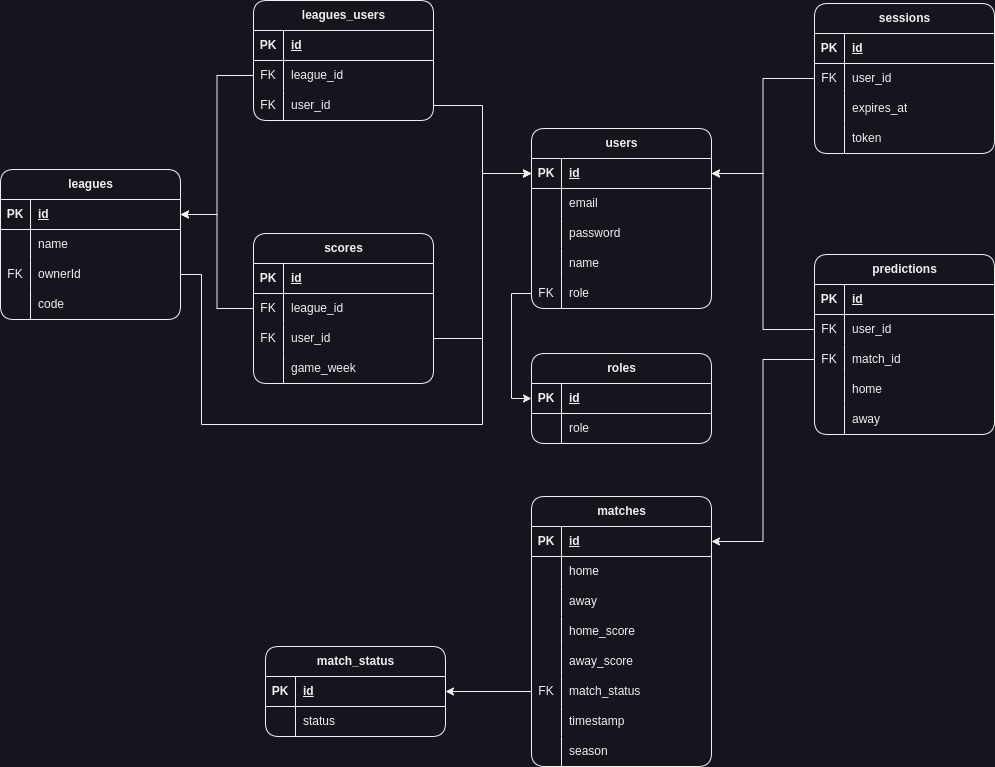
Above: images/FotLeague.drawio.png in MahmoudHamdy02/FotLeague (draw.io), before the change. Source tidied: cells renumbered, new cells last; positions are measured from the earlier drawing's top-left corner, leaving out a move shared by most shapes.
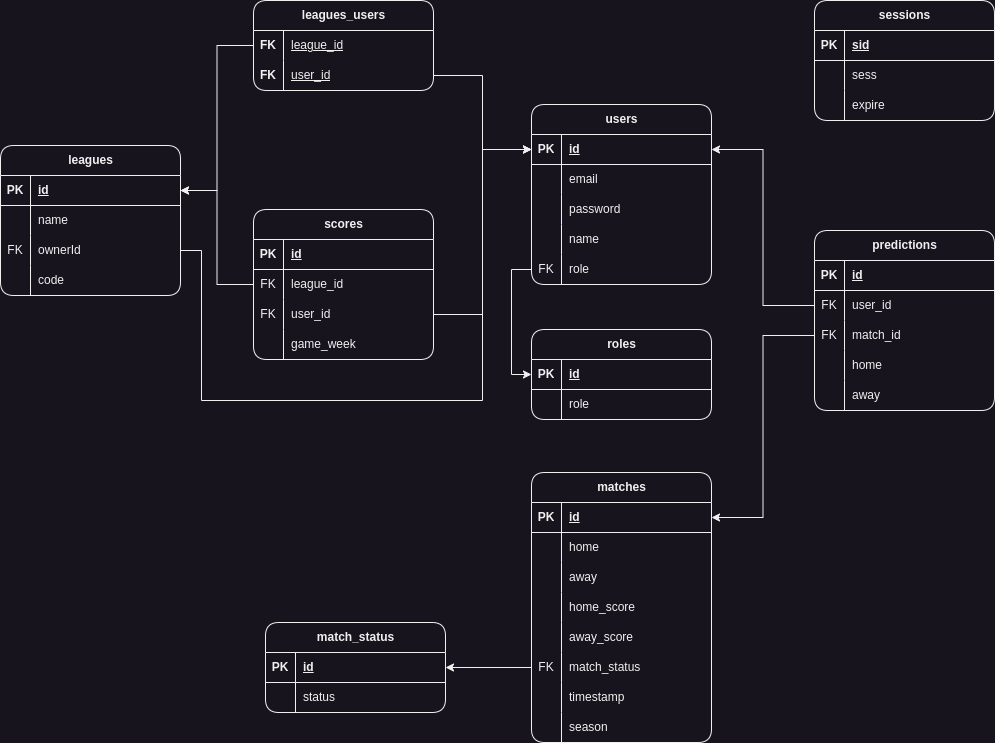
The same diagram one commit later.

What changed in the source:
```diff
@@ -219,33 +219,24 @@
       <mxGeometry x="30" width="150" height="30" as="geometry" />
     </mxCell>
     <mxCell id="74" value="leagues_users" style="shape=table;startSize=30;rowLines=0;fontStyle=1;align=center;html=1;rounded=1;shadow=0;swimlaneFillColor=none;gradientColor=none;" parent="1" vertex="1">
-      <mxGeometry x="253" width="180" height="120" as="geometry" />
+      <mxGeometry x="253" y="24" width="180" height="90" as="geometry" />
     </mxCell>
-    <mxCell id="75" style="shape=tableRow;horizontal=0;startSize=0;swimlaneHead=0;swimlaneBody=0;fillColor=none;top=0;left=0;right=0;bottom=1;" parent="74" vertex="1">
-      <mxGeometry y="30" width="180" height="30" as="geometry" />
-    </mxCell>
-    <mxCell id="76" value="PK" style="shape=partialRectangle;fillColor=none;top=0;left=0;bottom=0;right=0;fontStyle=1;overflow=hidden;whiteSpace=wrap;html=1;" parent="75" vertex="1">
-      <mxGeometry width="30" height="30" as="geometry" />
-    </mxCell>
-    <mxCell id="77" value="id" style="shape=partialRectangle;fillColor=none;top=0;left=0;bottom=0;right=0;align=left;spacingLeft=6;fontStyle=5;overflow=hidden;whiteSpace=wrap;html=1;" parent="75" vertex="1">
-      <mxGeometry x="30" width="150" height="30" as="geometry" />
-    </mxCell>
     <mxCell id="78" style="shape=tableRow;horizontal=0;startSize=0;swimlaneHead=0;swimlaneBody=0;fillColor=none;points=[[0,0.5],[1,0.5]];portConstraint=eastwest;top=0;left=0;right=0;bottom=0;" parent="74" vertex="1">
-      <mxGeometry y="60" width="180" height="30" as="geometry" />
+      <mxGeometry y="30" width="180" height="30" as="geometry" />
     </mxCell>
-    <mxCell id="79" value="FK" style="shape=partialRectangle;fillColor=none;top=0;left=0;bottom=0;right=0;overflow=hidden;whiteSpace=wrap;html=1;" parent="78" vertex="1">
+    <mxCell id="79" value="&lt;div&gt;&lt;span style=&quot;background-color: initial;&quot;&gt;&lt;b&gt;FK&lt;/b&gt;&lt;/span&gt;&lt;br&gt;&lt;/div&gt;" style="shape=partialRectangle;fillColor=none;top=0;left=0;bottom=0;right=0;overflow=hidden;whiteSpace=wrap;html=1;" parent="78" vertex="1">
       <mxGeometry width="30" height="30" as="geometry" />
     </mxCell>
-    <mxCell id="80" value="league_id" style="shape=partialRectangle;fillColor=none;top=0;left=0;bottom=0;right=0;align=left;spacingLeft=6;overflow=hidden;whiteSpace=wrap;html=1;" parent="78" vertex="1">
+    <mxCell id="80" value="&lt;u&gt;league_id&lt;/u&gt;" style="shape=partialRectangle;fillColor=none;top=0;left=0;bottom=0;right=0;align=left;spacingLeft=6;overflow=hidden;whiteSpace=wrap;html=1;" parent="78" vertex="1">
       <mxGeometry x="30" width="150" height="30" as="geometry" />
     </mxCell>
     <mxCell id="81" style="shape=tableRow;horizontal=0;startSize=0;swimlaneHead=0;swimlaneBody=0;fillColor=none;points=[[0,0.5],[1,0.5]];portConstraint=eastwest;top=0;left=0;right=0;bottom=0;" parent="74" vertex="1">
-      <mxGeometry y="90" width="180" height="30" as="geometry" />
+      <mxGeometry y="60" width="180" height="30" as="geometry" />
     </mxCell>
-    <mxCell id="82" value="FK" style="shape=partialRectangle;fillColor=none;top=0;left=0;bottom=0;right=0;overflow=hidden;whiteSpace=wrap;html=1;" parent="81" vertex="1">
+    <mxCell id="82" value="&lt;b&gt;FK&lt;/b&gt;" style="shape=partialRectangle;fillColor=none;top=0;left=0;bottom=0;right=0;overflow=hidden;whiteSpace=wrap;html=1;" parent="81" vertex="1">
       <mxGeometry width="30" height="30" as="geometry" />
     </mxCell>
-    <mxCell id="83" value="user_id" style="shape=partialRectangle;fillColor=none;top=0;left=0;bottom=0;right=0;align=left;spacingLeft=6;overflow=hidden;whiteSpace=wrap;html=1;" parent="81" vertex="1">
+    <mxCell id="83" value="&lt;u&gt;user_id&lt;/u&gt;" style="shape=partialRectangle;fillColor=none;top=0;left=0;bottom=0;right=0;align=left;spacingLeft=6;overflow=hidden;whiteSpace=wrap;html=1;" parent="81" vertex="1">
       <mxGeometry x="30" width="150" height="30" as="geometry" />
     </mxCell>
     <mxCell id="84" style="edgeStyle=orthogonalEdgeStyle;rounded=0;jettySize=auto;html=1;exitX=0;exitY=0.5;exitDx=0;exitDy=0;entryX=1;entryY=0.5;entryDx=0;entryDy=0;" parent="1" edge="1" source="78" target="62">
@@ -318,7 +309,7 @@
       <mxGeometry relative="1" as="geometry" />
     </mxCell>
     <mxCell id="107" value="sessions" style="shape=table;startSize=30;rowLines=0;fontStyle=1;align=center;html=1;rounded=1;shadow=0;swimlaneFillColor=none;gradientColor=none;" parent="1" vertex="1">
-      <mxGeometry x="814" y="3" width="180" height="150" as="geometry" />
+      <mxGeometry x="814" y="24" width="180" height="120" as="geometry" />
     </mxCell>
     <mxCell id="108" style="shape=tableRow;horizontal=0;startSize=0;swimlaneHead=0;swimlaneBody=0;fillColor=none;top=0;left=0;right=0;bottom=1;" parent="107" vertex="1">
       <mxGeometry y="30" width="180" height="30" as="geometry" />
@@ -326,39 +317,27 @@
     <mxCell id="109" value="PK" style="shape=partialRectangle;fillColor=none;top=0;left=0;bottom=0;right=0;fontStyle=1;overflow=hidden;whiteSpace=wrap;html=1;" parent="108" vertex="1">
       <mxGeometry width="30" height="30" as="geometry" />
     </mxCell>
-    <mxCell id="110" value="id" style="shape=partialRectangle;fillColor=none;top=0;left=0;bottom=0;right=0;align=left;spacingLeft=6;fontStyle=5;overflow=hidden;whiteSpace=wrap;html=1;" parent="108" vertex="1">
+    <mxCell id="110" value="sid" style="shape=partialRectangle;fillColor=none;top=0;left=0;bottom=0;right=0;align=left;spacingLeft=6;fontStyle=5;overflow=hidden;whiteSpace=wrap;html=1;" parent="108" vertex="1">
       <mxGeometry x="30" width="150" height="30" as="geometry" />
     </mxCell>
-    <mxCell id="111" style="shape=tableRow;horizontal=0;startSize=0;swimlaneHead=0;swimlaneBody=0;fillColor=none;points=[[0,0.5],[1,0.5]];portConstraint=eastwest;top=0;left=0;right=0;bottom=0;" parent="107" vertex="1">
-      <mxGeometry y="60" width="180" height="30" as="geometry" />
-    </mxCell>
-    <mxCell id="112" value="FK" style="shape=partialRectangle;fillColor=none;top=0;left=0;bottom=0;right=0;overflow=hidden;whiteSpace=wrap;html=1;" parent="111" vertex="1">
-      <mxGeometry width="30" height="30" as="geometry" />
-    </mxCell>
-    <mxCell id="113" value="&lt;div&gt;user_id&lt;/div&gt;" style="shape=partialRectangle;fillColor=none;top=0;left=0;bottom=0;right=0;align=left;spacingLeft=6;overflow=hidden;whiteSpace=wrap;html=1;" parent="111" vertex="1">
-      <mxGeometry x="30" width="150" height="30" as="geometry" />
-    </mxCell>
     <mxCell id="114" style="shape=tableRow;horizontal=0;startSize=0;swimlaneHead=0;swimlaneBody=0;fillColor=none;top=0;left=0;right=0;bottom=0;" parent="107" vertex="1">
-      <mxGeometry y="90" width="180" height="30" as="geometry" />
+      <mxGeometry y="60" width="180" height="30" as="geometry" />
     </mxCell>
     <mxCell id="115" style="shape=partialRectangle;fillColor=none;top=0;left=0;bottom=0;right=0;overflow=hidden;whiteSpace=wrap;html=1;" parent="114" vertex="1">
       <mxGeometry width="30" height="30" as="geometry" />
     </mxCell>
-    <mxCell id="116" value="expires_at" style="shape=partialRectangle;fillColor=none;top=0;left=0;bottom=0;right=0;align=left;spacingLeft=6;overflow=hidden;whiteSpace=wrap;html=1;" parent="114" vertex="1">
+    <mxCell id="116" value="sess" style="shape=partialRectangle;fillColor=none;top=0;left=0;bottom=0;right=0;align=left;spacingLeft=6;overflow=hidden;whiteSpace=wrap;html=1;" parent="114" vertex="1">
       <mxGeometry x="30" width="150" height="30" as="geometry" />
     </mxCell>
     <mxCell id="117" style="shape=tableRow;horizontal=0;startSize=0;swimlaneHead=0;swimlaneBody=0;fillColor=none;top=0;left=0;right=0;bottom=0;" parent="107" vertex="1">
-      <mxGeometry y="120" width="180" height="30" as="geometry" />
+      <mxGeometry y="90" width="180" height="30" as="geometry" />
     </mxCell>
     <mxCell id="118" style="shape=partialRectangle;fillColor=none;top=0;left=0;bottom=0;right=0;overflow=hidden;whiteSpace=wrap;html=1;" parent="117" vertex="1">
       <mxGeometry width="30" height="30" as="geometry" />
     </mxCell>
-    <mxCell id="119" value="token" style="shape=partialRectangle;fillColor=none;top=0;left=0;bottom=0;right=0;align=left;spacingLeft=6;overflow=hidden;whiteSpace=wrap;html=1;" parent="117" vertex="1">
+    <mxCell id="119" value="expire" style="shape=partialRectangle;fillColor=none;top=0;left=0;bottom=0;right=0;align=left;spacingLeft=6;overflow=hidden;whiteSpace=wrap;html=1;" parent="117" vertex="1">
       <mxGeometry x="30" width="150" height="30" as="geometry" />
     </mxCell>
-    <mxCell id="120" style="edgeStyle=orthogonalEdgeStyle;rounded=0;jettySize=auto;html=1;exitX=0;exitY=0.5;exitDx=0;exitDy=0;entryX=1;entryY=0.5;entryDx=0;entryDy=0;" parent="1" edge="1" source="111" target="3">
-      <mxGeometry relative="1" as="geometry" />
-    </mxCell>
     <mxCell id="121" value="roles" style="shape=table;startSize=30;rowLines=0;fontStyle=1;align=center;html=1;rounded=1;shadow=0;swimlaneFillColor=none;gradientColor=none;" parent="1" vertex="1">
       <mxGeometry x="531" y="353" width="180" height="90" as="geometry" />
     </mxCell>
```
